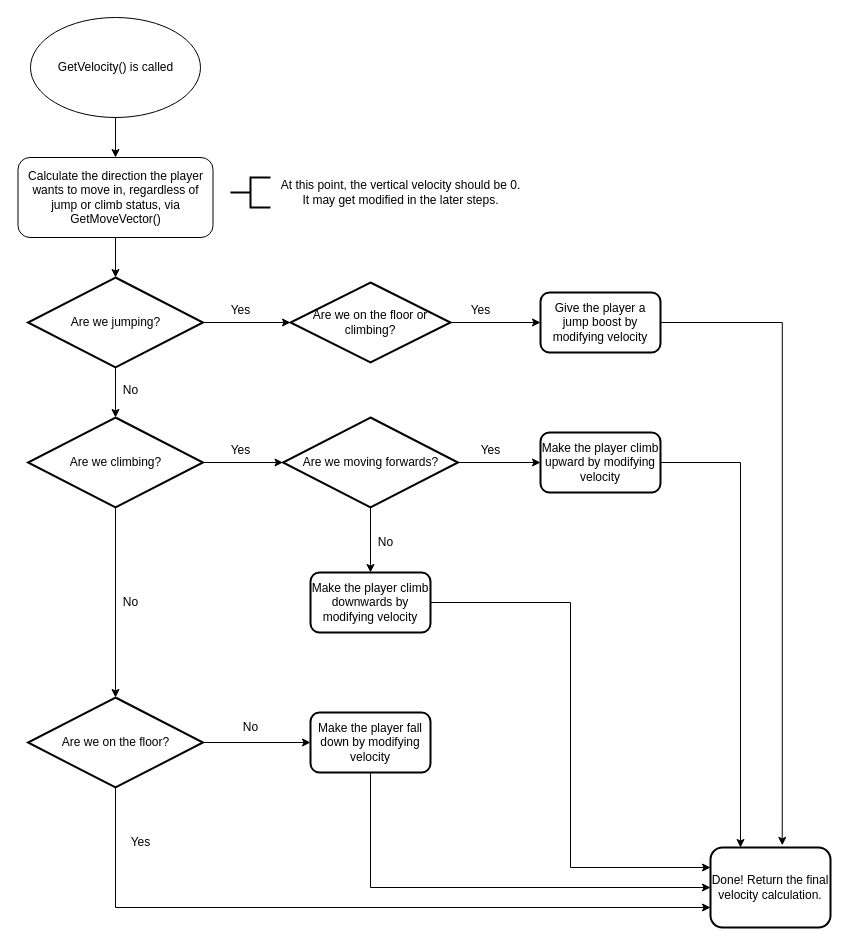
Above: page "Main" (1 of 2) of docs/player/movement_velocity.drawio in UTheCat/jumpvalley (draw.io), before the change. Source tidied: cells renumbered, new cells numbered last; positions are measured from the earlier drawing's top-left corner, leaving out a move shared by most shapes. Both pictures are drawn from the tidied source at 100%, with x=0, y=0 at pixel (18, 17).
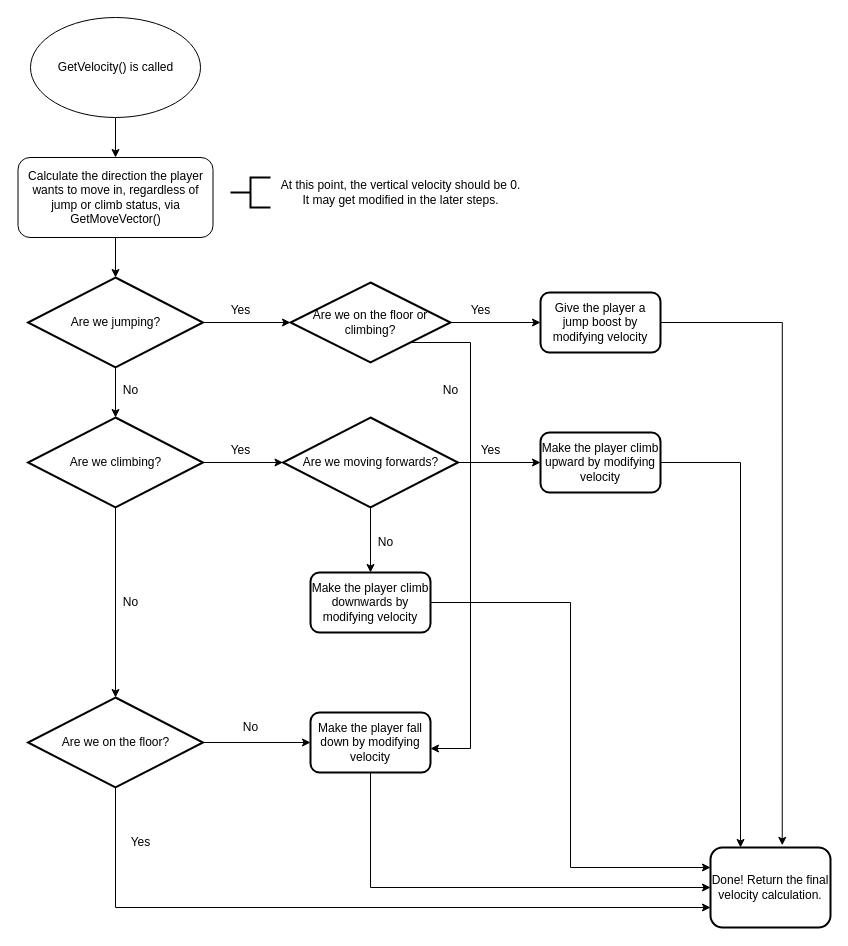
The same diagram, later.

Unchanged cells that the change refers to:
```xml
<mxCell id="10" value="Are we on the floor or climbing?" style="rhombus;whiteSpace=wrap;html=1;strokeWidth=2;labelBackgroundColor=none;" parent="1" vertex="1">
  <mxGeometry x="272" y="265" width="160" height="80" as="geometry" />
</mxCell>
<mxCell id="36" value="Make the player fall down by modifying velocity" style="rounded=1;whiteSpace=wrap;html=1;strokeWidth=2;labelBackgroundColor=none;" parent="1" vertex="1">
  <mxGeometry x="292" y="695" width="120" height="60" as="geometry" />
</mxCell>
```

Diff of the diagram source:
```diff
@@
+    <mxCell id="40" style="edgeStyle=orthogonalEdgeStyle;rounded=0;jettySize=auto;html=1;exitX=1;exitY=1;exitDx=0;exitDy=0;entryX=1;entryY=0.6;entryDx=0;entryDy=0;entryPerimeter=0;" parent="1" edge="1" source="10" target="36">
+      <mxGeometry relative="1" as="geometry">
+        <Array as="points">
+          <mxPoint x="452" y="325" />
+          <mxPoint x="452" y="731" />
+        </Array>
+      </mxGeometry>
+    </mxCell>
@@
+    <mxCell id="41" value="&lt;div&gt;No&lt;/div&gt;" style="text;html=1;align=center;verticalAlign=middle;strokeColor=none;fillColor=none;" parent="1" vertex="1">
+      <mxGeometry x="412" y="358" width="40" height="30" as="geometry" />
+    </mxCell>
```
